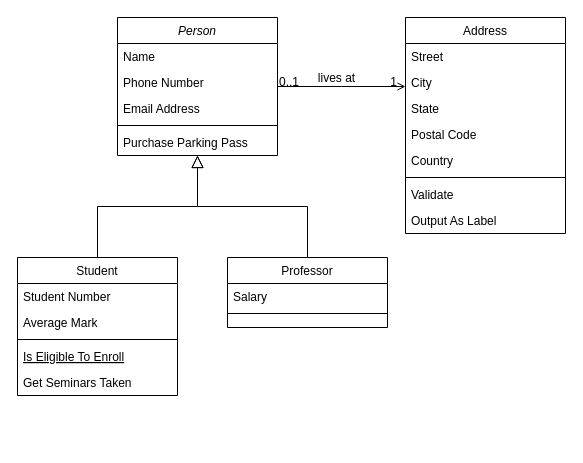
Before: Untitled Diagram.drawio in codeninja-bit/cv, a draw.io diagram. Source tidied: cells renumbered, new cells numbered last; positions are measured from the earlier drawing's top-left corner, leaving out a move shared by most shapes. Both pictures are drawn from the tidied source at 100%, with x=0, y=0 at pixel (17, 17).
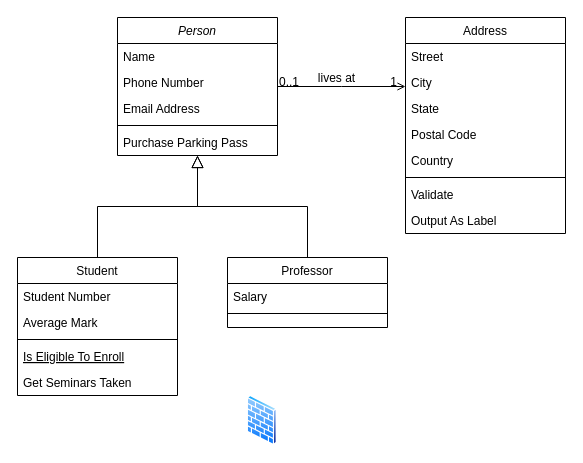
Above is the later version.

Commit message:
Freddy Diagram

Diff of the diagram source:
```diff
@@
+    <mxCell id="32" style="perimeter=ellipsePerimeter;html=1;align=center;shadow=0;dashed=0;spacingTop=3;image;image=img/lib/active_directory/firewall.svg;" parent="1" vertex="1">
+      <mxGeometry x="229.5" y="378" width="30.5" height="50" as="geometry" />
+    </mxCell>
```
